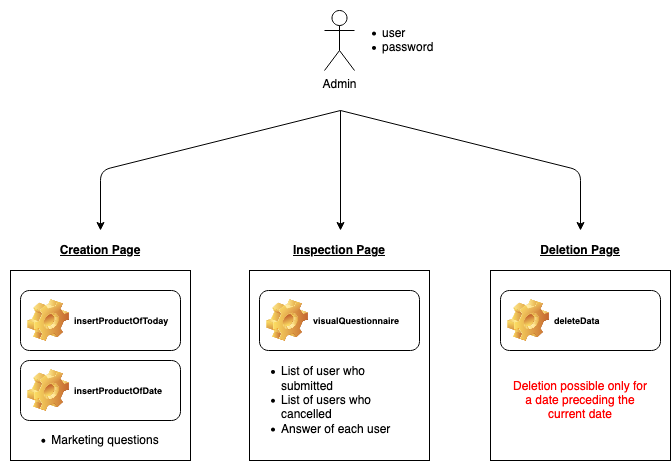
giovanniciriello/GamifiedMarketing keeps this draw.io diagram as docs/graphs/png/Admin_design.png. Above is the earlier version. Source tidied: cells renumbered, new cells last; positions are measured from the earlier drawing's top-left corner, leaving out a move shared by most shapes.
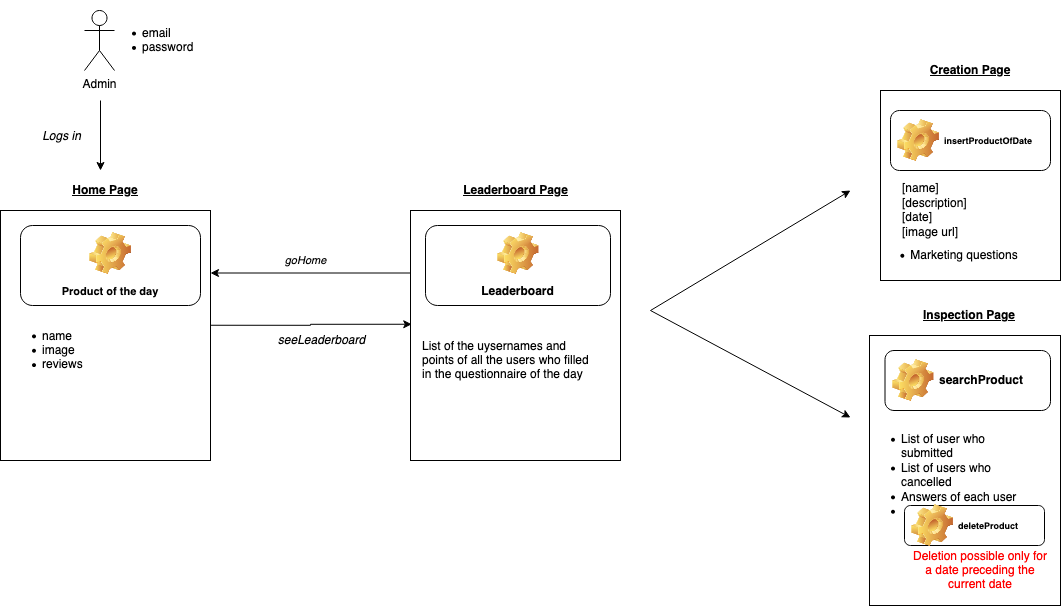
Above is the later version.

Commit message:
(Graphs) Improvements

Diff of the diagram source:
```diff
@@ -3,76 +3,111 @@
     <mxCell id="0" />
     <mxCell id="1" parent="0" />
     <mxCell id="2" value="Admin" style="shape=umlActor;verticalLabelPosition=bottom;verticalAlign=top;html=1;" parent="1" vertex="1">
-      <mxGeometry x="324" y="10" width="30" height="60" as="geometry" />
+      <mxGeometry x="-546" y="250" width="30" height="60" as="geometry" />
     </mxCell>
     <mxCell id="3" style="endArrow=classic;html=1;" parent="1" edge="1">
       <mxGeometry relative="1" as="geometry">
-        <mxPoint x="340" y="110" as="sourcePoint" />
-        <mxPoint x="100" y="230" as="targetPoint" />
-        <Array as="points">
-          <mxPoint x="100" y="170" />
-        </Array>
+        <mxPoint x="20" y="550" as="sourcePoint" />
+        <mxPoint x="220" y="657" as="targetPoint" />
       </mxGeometry>
     </mxCell>
-    <mxCell id="4" style="endArrow=classic;html=1;" parent="1" edge="1">
-      <mxGeometry relative="1" as="geometry">
-        <mxPoint x="340" y="110" as="sourcePoint" />
-        <mxPoint x="580" y="230" as="targetPoint" />
-        <Array as="points">
-          <mxPoint x="580" y="170" />
-        </Array>
-      </mxGeometry>
-    </mxCell>
     <mxCell id="5" style="endArrow=classic;html=1;" parent="1" edge="1">
       <mxGeometry relative="1" as="geometry">
-        <mxPoint x="340" y="110" as="sourcePoint" />
-        <mxPoint x="340" y="230" as="targetPoint" />
+        <mxPoint x="20" y="550" as="sourcePoint" />
+        <mxPoint x="220" y="430" as="targetPoint" />
       </mxGeometry>
     </mxCell>
     <mxCell id="6" style="rounded=0;whiteSpace=wrap;html=1;" parent="1" vertex="1">
-      <mxGeometry x="10" y="270" width="180" height="190" as="geometry" />
+      <mxGeometry x="250" y="330" width="180" height="190" as="geometry" />
     </mxCell>
     <mxCell id="7" style="rounded=0;whiteSpace=wrap;html=1;" parent="1" vertex="1">
-      <mxGeometry x="249" y="270" width="180" height="190" as="geometry" />
+      <mxGeometry x="239" y="575" width="191" height="270" as="geometry" />
     </mxCell>
-    <mxCell id="8" style="rounded=0;whiteSpace=wrap;html=1;" parent="1" vertex="1">
-      <mxGeometry x="490" y="270" width="180" height="190" as="geometry" />
-    </mxCell>
     <mxCell id="9" value="&lt;b&gt;&lt;u&gt;Creation Page&lt;/u&gt;&lt;/b&gt;" style="text;html=1;strokeColor=none;fillColor=none;align=center;verticalAlign=middle;whiteSpace=wrap;rounded=0;" parent="1" vertex="1">
-      <mxGeometry x="55" y="240" width="90" height="20" as="geometry" />
+      <mxGeometry x="295" y="300" width="90" height="20" as="geometry" />
     </mxCell>
     <mxCell id="10" value="&lt;b&gt;&lt;u&gt;Inspection Page&lt;/u&gt;&lt;/b&gt;" style="text;html=1;strokeColor=none;fillColor=none;align=center;verticalAlign=middle;whiteSpace=wrap;rounded=0;" parent="1" vertex="1">
-      <mxGeometry x="289" y="240" width="100" height="20" as="geometry" />
+      <mxGeometry x="289" y="545" width="100" height="20" as="geometry" />
     </mxCell>
-    <mxCell id="11" value="&lt;b&gt;&lt;u&gt;Deletion Page&lt;/u&gt;&lt;/b&gt;" style="text;html=1;strokeColor=none;fillColor=none;align=center;verticalAlign=middle;whiteSpace=wrap;rounded=0;" parent="1" vertex="1">
-      <mxGeometry x="530" y="240" width="100" height="20" as="geometry" />
-    </mxCell>
-    <mxCell id="12" value="&lt;font style=&quot;font-size: 9px&quot;&gt;insertProductOfToday&lt;/font&gt;" style="label;whiteSpace=wrap;html=1;image=img/clipart/Gear_128x128.png;" parent="1" vertex="1">
-      <mxGeometry x="20" y="290" width="160" height="60" as="geometry" />
-    </mxCell>
     <mxCell id="13" value="&lt;font style=&quot;font-size: 9px&quot;&gt;insertProductOfDate&lt;/font&gt;" style="label;whiteSpace=wrap;html=1;image=img/clipart/Gear_128x128.png;" parent="1" vertex="1">
-      <mxGeometry x="20" y="360" width="160" height="60" as="geometry" />
+      <mxGeometry x="260" y="350" width="160" height="60" as="geometry" />
     </mxCell>
     <mxCell id="14" style="edgeStyle=orthogonalEdgeStyle;rounded=0;orthogonalLoop=1;jettySize=auto;html=1;exitX=0.5;exitY=1;exitDx=0;exitDy=0;" parent="1" edge="1" source="6" target="6">
       <mxGeometry relative="1" as="geometry" />
     </mxCell>
     <mxCell id="15" value="&lt;ul&gt;&lt;li&gt;Marketing questions&lt;/li&gt;&lt;/ul&gt;" style="text;html=1;strokeColor=none;fillColor=none;align=center;verticalAlign=middle;whiteSpace=wrap;rounded=0;" parent="1" vertex="1">
-      <mxGeometry y="430" width="170" height="20" as="geometry" />
+      <mxGeometry x="229" y="485" width="170" height="20" as="geometry" />
     </mxCell>
-    <mxCell id="16" value="&lt;font style=&quot;font-size: 9px&quot;&gt;visualQuestionnaire&lt;/font&gt;" style="label;whiteSpace=wrap;html=1;image=img/clipart/Gear_128x128.png;" parent="1" vertex="1">
-      <mxGeometry x="259" y="290" width="160" height="60" as="geometry" />
+    <mxCell id="16" value="searchProduct" style="label;whiteSpace=wrap;html=1;image=img/clipart/Gear_128x128.png;" parent="1" vertex="1">
+      <mxGeometry x="254.5" y="590" width="165.5" height="60" as="geometry" />
     </mxCell>
-    <mxCell id="17" value="&lt;ul&gt;&lt;li&gt;List of user who submitted&lt;/li&gt;&lt;li&gt;List of users who cancelled&lt;/li&gt;&lt;li&gt;Answer of each user&lt;/li&gt;&lt;/ul&gt;" style="text;html=1;strokeColor=none;fillColor=none;align=left;verticalAlign=middle;whiteSpace=wrap;rounded=0;" parent="1" vertex="1">
-      <mxGeometry x="239" y="390" width="180" height="20" as="geometry" />
+    <mxCell id="17" value="&lt;ul&gt;&lt;li&gt;List of user who submitted&lt;/li&gt;&lt;li&gt;List of users who cancelled&lt;/li&gt;&lt;li&gt;Answers of each user&lt;/li&gt;&lt;li&gt;&lt;br&gt;&lt;/li&gt;&lt;/ul&gt;" style="text;html=1;strokeColor=none;fillColor=none;align=left;verticalAlign=middle;whiteSpace=wrap;rounded=0;" parent="1" vertex="1">
+      <mxGeometry x="229" y="705" width="180" height="20" as="geometry" />
     </mxCell>
-    <mxCell id="18" value="&lt;font style=&quot;font-size: 9px&quot;&gt;deleteData&lt;/font&gt;" style="label;whiteSpace=wrap;html=1;image=img/clipart/Gear_128x128.png;" parent="1" vertex="1">
-      <mxGeometry x="500" y="290" width="160" height="60" as="geometry" />
+    <mxCell id="18" value="&lt;font style=&quot;font-size: 9px&quot;&gt;deleteProduct&lt;/font&gt;" style="label;whiteSpace=wrap;html=1;image=img/clipart/Gear_128x128.png;" parent="1" vertex="1">
+      <mxGeometry x="274" y="745" width="140" height="40" as="geometry" />
     </mxCell>
     <mxCell id="19" value="&lt;div&gt;&lt;span style=&quot;color: rgb(255 , 0 , 0)&quot;&gt;Deletion possible only for a date preceding the current date&lt;/span&gt;&lt;/div&gt;" style="text;html=1;strokeColor=none;fillColor=none;align=center;verticalAlign=middle;whiteSpace=wrap;rounded=0;" parent="1" vertex="1">
-      <mxGeometry x="510" y="390" width="140" height="20" as="geometry" />
+      <mxGeometry x="280" y="800" width="140" height="20" as="geometry" />
     </mxCell>
-    <mxCell id="20" value="&lt;ul&gt;&lt;li&gt;user&lt;/li&gt;&lt;li&gt;password&lt;/li&gt;&lt;/ul&gt;" style="text;strokeColor=none;fillColor=none;html=1;whiteSpace=wrap;verticalAlign=middle;overflow=hidden;" parent="1" vertex="1">
-      <mxGeometry x="340" width="100" height="80" as="geometry" />
+    <mxCell id="20" value="&lt;ul&gt;&lt;li&gt;email&lt;/li&gt;&lt;li&gt;password&lt;/li&gt;&lt;/ul&gt;" style="text;strokeColor=none;fillColor=none;html=1;whiteSpace=wrap;verticalAlign=middle;overflow=hidden;" parent="1" vertex="1">
+      <mxGeometry x="-530" y="240" width="100" height="80" as="geometry" />
     </mxCell>
+    <mxCell id="21" value="&lt;div align=&quot;left&quot;&gt;[name]&lt;/div&gt;&lt;div align=&quot;left&quot;&gt;[description]&lt;/div&gt;&lt;div align=&quot;left&quot;&gt;[date]&lt;/div&gt;&lt;div align=&quot;left&quot;&gt;[image url]&lt;/div&gt;" style="text;html=1;strokeColor=none;fillColor=none;align=left;verticalAlign=middle;whiteSpace=wrap;rounded=0;" parent="1" vertex="1">
+      <mxGeometry x="270" y="440" width="110" height="20" as="geometry" />
+    </mxCell>
+    <mxCell id="22" style="edgeStyle=orthogonalEdgeStyle;rounded=0;orthogonalLoop=1;jettySize=auto;html=1;exitX=0.5;exitY=1;exitDx=0;exitDy=0;" parent="1" edge="1" source="6" target="6">
+      <mxGeometry relative="1" as="geometry" />
+    </mxCell>
+    <mxCell id="23" style="endArrow=classic;html=1;" parent="1" edge="1">
+      <mxGeometry relative="1" as="geometry">
+        <mxPoint x="-530" y="340" as="sourcePoint" />
+        <mxPoint x="-530" y="410" as="targetPoint" />
+      </mxGeometry>
+    </mxCell>
+    <mxCell id="24" value="&lt;i&gt;Logs in&lt;/i&gt;" style="edgeLabel;html=1;align=center;verticalAlign=middle;" parent="23" vertex="1">
+      <mxGeometry relative="1" as="geometry">
+        <mxPoint x="-40" as="offset" />
+      </mxGeometry>
+    </mxCell>
+    <mxCell id="25" style="rounded=0;whiteSpace=wrap;html=1;" parent="1" vertex="1">
+      <mxGeometry x="-630" y="450" width="210" height="250" as="geometry" />
+    </mxCell>
+    <mxCell id="26" value="&lt;u&gt;&lt;b&gt;Home Page&lt;/b&gt;&lt;/u&gt;" style="text;html=1;strokeColor=none;fillColor=none;align=center;verticalAlign=middle;whiteSpace=wrap;rounded=0;" parent="1" vertex="1">
+      <mxGeometry x="-570" y="420" width="90" height="20" as="geometry" />
+    </mxCell>
+    <mxCell id="27" value="&lt;font style=&quot;font-size: 11px&quot;&gt;Product of the day&lt;br&gt;&lt;/font&gt;" style="label;whiteSpace=wrap;html=1;align=center;verticalAlign=bottom;spacingLeft=0;spacingBottom=4;imageAlign=center;imageVerticalAlign=top;image=img/clipart/Gear_128x128.png;" parent="1" vertex="1">
+      <mxGeometry x="-610" y="465" width="180" height="80" as="geometry" />
+    </mxCell>
+    <mxCell id="28" value="&lt;ul&gt;&lt;li&gt;name&lt;/li&gt;&lt;li&gt;image&lt;/li&gt;&lt;li&gt;reviews&lt;br&gt;&lt;/li&gt;&lt;/ul&gt;" style="text;strokeColor=none;fillColor=none;html=1;whiteSpace=wrap;verticalAlign=middle;overflow=hidden;" parent="1" vertex="1">
+      <mxGeometry x="-630" y="550" width="100" height="80" as="geometry" />
+    </mxCell>
+    <mxCell id="29" style="edgeStyle=orthogonalEdgeStyle;rounded=0;jettySize=auto;html=1;entryX=0.006;entryY=0.455;entryDx=0;entryDy=0;entryPerimeter=0;exitX=0.998;exitY=0.459;exitDx=0;exitDy=0;exitPerimeter=0;" parent="1" edge="1" source="25" target="32">
+      <mxGeometry relative="1" as="geometry">
+        <Array as="points">
+          <mxPoint x="-320" y="565" />
+        </Array>
+      </mxGeometry>
+    </mxCell>
+    <mxCell id="30" value="&lt;i&gt;seeLeaderboard&lt;/i&gt;" style="edgeLabel;html=1;align=center;verticalAlign=middle;" parent="29" vertex="1">
+      <mxGeometry x="-0.11" y="2" relative="1" as="geometry">
+        <mxPoint x="20.4" y="17.2" as="offset" />
+      </mxGeometry>
+    </mxCell>
+    <mxCell id="31" value="&lt;i&gt;goHome&lt;/i&gt;" style="edgeStyle=orthogonalEdgeStyle;rounded=0;jettySize=auto;html=1;entryX=1;entryY=0.25;entryDx=0;entryDy=0;exitX=0;exitY=0.25;exitDx=0;exitDy=0;" parent="1" edge="1" source="32" target="25">
+      <mxGeometry x="0.05" y="-13" relative="1" as="geometry" />
+    </mxCell>
+    <mxCell id="32" style="rounded=0;whiteSpace=wrap;html=1;" parent="1" vertex="1">
+      <mxGeometry x="-220" y="450" width="210" height="250" as="geometry" />
+    </mxCell>
+    <mxCell id="33" value="&lt;b&gt;&lt;u&gt;Leaderboard Page&lt;br&gt;&lt;/u&gt;&lt;/b&gt;" style="text;html=1;strokeColor=none;fillColor=none;align=center;verticalAlign=middle;whiteSpace=wrap;rounded=0;" parent="1" vertex="1">
+      <mxGeometry x="-172.5" y="420" width="115" height="20" as="geometry" />
+    </mxCell>
+    <mxCell id="34" value="Leaderboard" style="label;whiteSpace=wrap;html=1;align=center;verticalAlign=bottom;spacingLeft=0;spacingBottom=4;imageAlign=center;imageVerticalAlign=top;image=img/clipart/Gear_128x128.png;" parent="1" vertex="1">
+      <mxGeometry x="-205" y="465" width="185" height="80" as="geometry" />
+    </mxCell>
+    <mxCell id="35" value="&lt;div align=&quot;left&quot;&gt;List of the uysernames and points of all the users who filled in the questionnaire of the day&lt;/div&gt;" style="text;html=1;strokeColor=none;fillColor=none;align=left;verticalAlign=middle;whiteSpace=wrap;rounded=0;" parent="1" vertex="1">
+      <mxGeometry x="-210" y="590" width="180" height="20" as="geometry" />
+    </mxCell>
   </root>
 </mxGraphModel>
```
